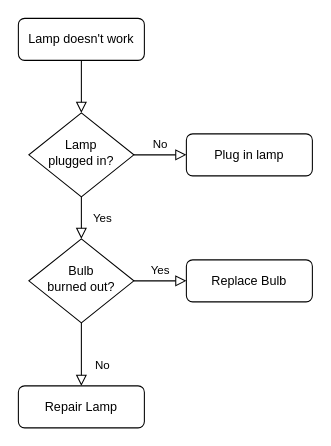
Before: Untitled Diagram.drawio in ashrafteleb/jgraphx, a draw.io diagram. Source tidied: cells renumbered, new cells numbered last; positions are measured from the earlier drawing's top-left corner, leaving out a move shared by most shapes. Both pictures are drawn from the tidied source at 105%, with x=0, y=0 at pixel (18, 18).
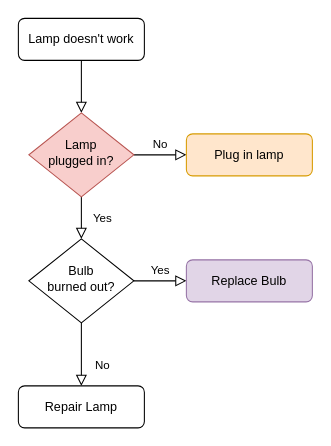
Above is the later version.

What changed in the source:
```diff
@@
 <mxGraphModel>
   <root>
     <mxCell id="0" />
     <mxCell id="1" parent="0" />
     <mxCell id="2" style="rounded=0;html=1;jettySize=auto;fontSize=11;endArrow=block;endFill=0;endSize=8;strokeWidth=1;shadow=0;labelBackgroundColor=none;edgeStyle=orthogonalEdgeStyle;" parent="1" edge="1" source="3" target="6">
       <mxGeometry relative="1" as="geometry" />
     </mxCell>
     <mxCell id="3" value="Lamp doesn't work" style="rounded=1;whiteSpace=wrap;html=1;fontSize=12;glass=0;strokeWidth=1;shadow=0;" parent="1" vertex="1">
       <mxGeometry width="120" height="40" as="geometry" />
     </mxCell>
     <mxCell id="4" value="Yes" style="rounded=0;html=1;jettySize=auto;fontSize=11;endArrow=block;endFill=0;endSize=8;strokeWidth=1;shadow=0;labelBackgroundColor=none;edgeStyle=orthogonalEdgeStyle;" parent="1" edge="1" source="6" target="10">
       <mxGeometry y="20" relative="1" as="geometry" />
     </mxCell>
     <mxCell id="5" value="No" style="edgeStyle=orthogonalEdgeStyle;rounded=0;html=1;jettySize=auto;fontSize=11;endArrow=block;endFill=0;endSize=8;strokeWidth=1;shadow=0;labelBackgroundColor=none;" parent="1" edge="1" source="6" target="7">
       <mxGeometry y="10" relative="1" as="geometry" />
     </mxCell>
-    <mxCell id="6" value="Lamp&lt;br&gt;plugged in?" style="rhombus;whiteSpace=wrap;html=1;shadow=0;fontFamily=Helvetica;fontSize=12;align=center;strokeWidth=1;spacing=6;spacingTop=-4;" parent="1" vertex="1">
+    <mxCell id="6" value="Lamp&lt;br&gt;plugged in?" style="rhombus;whiteSpace=wrap;html=1;shadow=0;fontFamily=Helvetica;fontSize=12;align=center;strokeWidth=1;spacing=6;spacingTop=-4;fillColor=#f8cecc;strokeColor=#b85450;" parent="1" vertex="1">
       <mxGeometry x="10" y="90" width="100" height="80" as="geometry" />
     </mxCell>
-    <mxCell id="7" value="Plug in lamp" style="rounded=1;whiteSpace=wrap;html=1;fontSize=12;glass=0;strokeWidth=1;shadow=0;" parent="1" vertex="1">
+    <mxCell id="7" value="Plug in lamp" style="rounded=1;whiteSpace=wrap;html=1;fontSize=12;glass=0;strokeWidth=1;shadow=0;fillColor=#ffe6cc;strokeColor=#d79b00;" parent="1" vertex="1">
       <mxGeometry x="160" y="110" width="120" height="40" as="geometry" />
     </mxCell>
     <mxCell id="8" value="No" style="rounded=0;html=1;jettySize=auto;fontSize=11;endArrow=block;endFill=0;endSize=8;strokeWidth=1;shadow=0;labelBackgroundColor=none;edgeStyle=orthogonalEdgeStyle;" parent="1" edge="1" source="10" target="11">
       <mxGeometry x="0.33" y="20" relative="1" as="geometry" />
     </mxCell>
     <mxCell id="9" value="Yes" style="edgeStyle=orthogonalEdgeStyle;rounded=0;html=1;jettySize=auto;fontSize=11;endArrow=block;endFill=0;endSize=8;strokeWidth=1;shadow=0;labelBackgroundColor=none;" parent="1" edge="1" source="10" target="12">
       <mxGeometry y="10" relative="1" as="geometry" />
     </mxCell>
     <mxCell id="10" value="Bulb&lt;br&gt;burned out?" style="rhombus;whiteSpace=wrap;html=1;shadow=0;fontFamily=Helvetica;fontSize=12;align=center;strokeWidth=1;spacing=6;spacingTop=-4;" parent="1" vertex="1">
       <mxGeometry x="10" y="210" width="100" height="80" as="geometry" />
     </mxCell>
     <mxCell id="11" value="Repair Lamp" style="rounded=1;whiteSpace=wrap;html=1;fontSize=12;glass=0;strokeWidth=1;shadow=0;" parent="1" vertex="1">
       <mxGeometry y="350" width="120" height="40" as="geometry" />
     </mxCell>
-    <mxCell id="12" value="Replace Bulb" style="rounded=1;whiteSpace=wrap;html=1;fontSize=12;glass=0;strokeWidth=1;shadow=0;" parent="1" vertex="1">
+    <mxCell id="12" value="Replace Bulb" style="rounded=1;whiteSpace=wrap;html=1;fontSize=12;glass=0;strokeWidth=1;shadow=0;fillColor=#e1d5e7;strokeColor=#9673a6;" parent="1" vertex="1">
       <mxGeometry x="160" y="230" width="120" height="40" as="geometry" />
     </mxCell>
   </root>
 </mxGraphModel>
```
